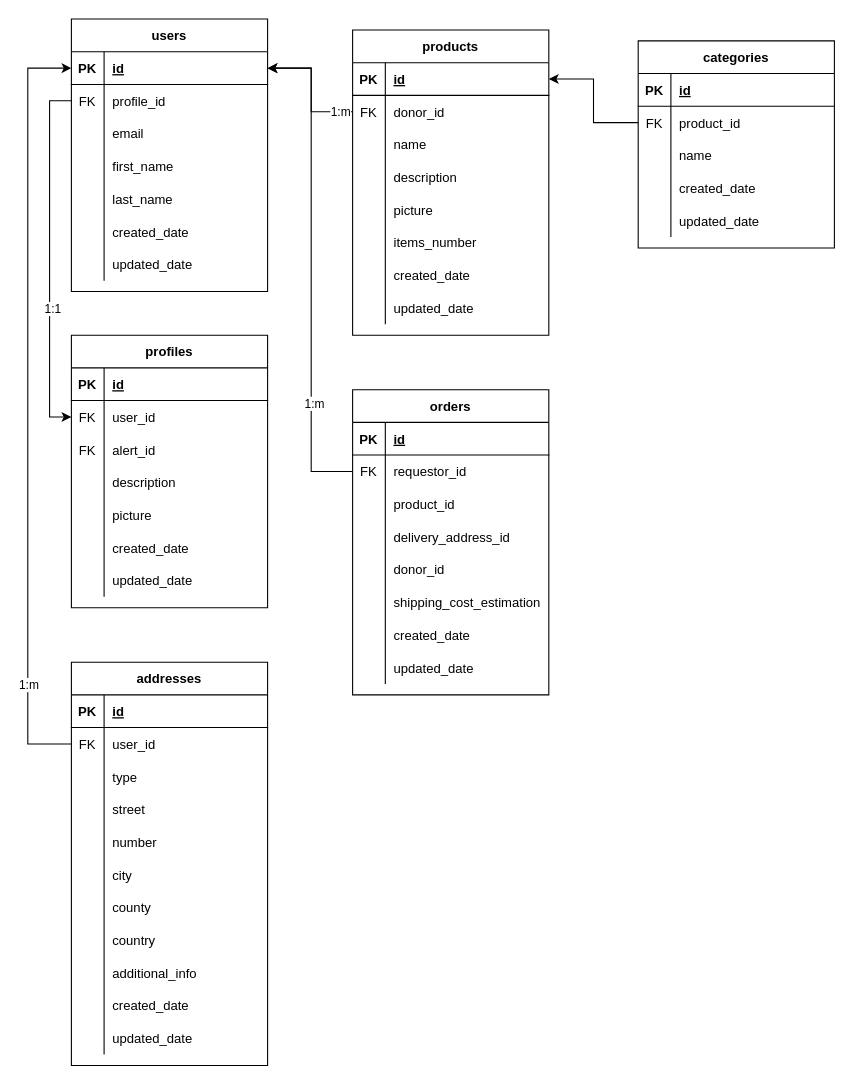
This is donations_point.drawio from PixLix1/donations_point, a draw.io file, before an edit. Source tidied: cells renumbered, new cells numbered last; positions are measured from the earlier drawing's top-left corner, leaving out a move shared by most shapes. Both pictures are drawn from the tidied source at 109%, with x=0, y=0 at pixel (27, 19).
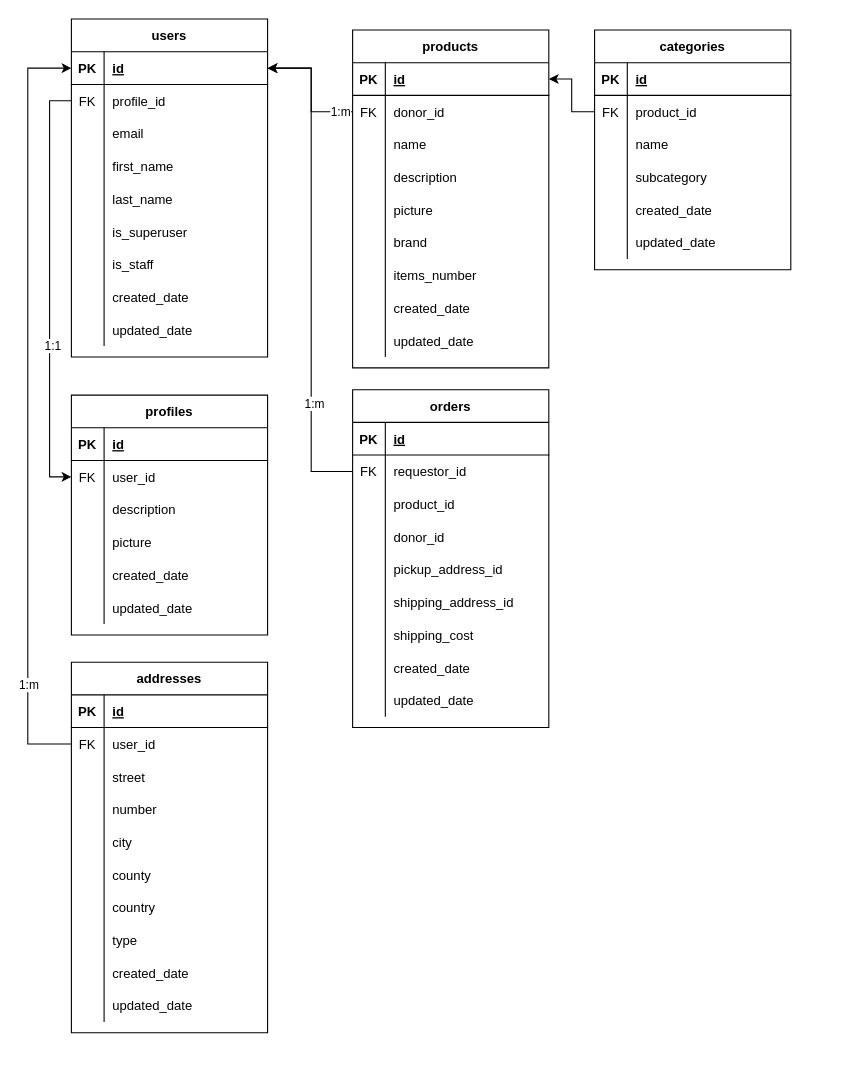
After the change.

Change to the diagram source:
```diff
@@
     <mxCell id="2" value="users" style="shape=table;startSize=30;childLayout=tableLayout;rowLines=0;fontStyle=1;align=center;" parent="1" vertex="1">
-      <mxGeometry x="40" width="180" height="250" as="geometry" />
+      <mxGeometry x="40" width="180" height="310" as="geometry" />
     </mxCell>
@@
+    <mxCell id="155" style="shape=partialRectangle;fillColor=none;top=0;left=0;bottom=0;right=0;" parent="2" vertex="1">
+      <mxGeometry y="180" width="180" height="30" as="geometry" />
+    </mxCell>
+    <mxCell id="156" style="shape=partialRectangle;fillColor=none;top=0;left=0;bottom=0;right=0;overflow=hidden;" parent="155" vertex="1">
+      <mxGeometry width="30" height="30" as="geometry" />
+    </mxCell>
+    <mxCell id="157" value="is_superuser" style="shape=partialRectangle;fillColor=none;top=0;left=0;bottom=0;right=0;align=left;spacingLeft=6;overflow=hidden;" parent="155" vertex="1">
+      <mxGeometry x="30" width="150" height="30" as="geometry" />
+    </mxCell>
+    <mxCell id="158" style="shape=partialRectangle;fillColor=none;top=0;left=0;bottom=0;right=0;" parent="2" vertex="1">
+      <mxGeometry y="210" width="180" height="30" as="geometry" />
+    </mxCell>
+    <mxCell id="159" style="shape=partialRectangle;fillColor=none;top=0;left=0;bottom=0;right=0;overflow=hidden;" parent="158" vertex="1">
+      <mxGeometry width="30" height="30" as="geometry" />
+    </mxCell>
+    <mxCell id="160" value="is_staff" style="shape=partialRectangle;fillColor=none;top=0;left=0;bottom=0;right=0;align=left;spacingLeft=6;overflow=hidden;" parent="158" vertex="1">
+      <mxGeometry x="30" width="150" height="30" as="geometry" />
+    </mxCell>
     <mxCell id="18" style="shape=partialRectangle;fillColor=none;top=0;left=0;bottom=0;right=0;" parent="2" vertex="1">
-      <mxGeometry y="180" width="180" height="30" as="geometry" />
+      <mxGeometry y="240" width="180" height="30" as="geometry" />
     </mxCell>
@@
     <mxCell id="21" style="shape=partialRectangle;fillColor=none;top=0;left=0;bottom=0;right=0;" parent="2" vertex="1">
-      <mxGeometry y="210" width="180" height="30" as="geometry" />
+      <mxGeometry y="270" width="180" height="30" as="geometry" />
     </mxCell>
@@
     <mxCell id="24" value="profiles" style="shape=table;startSize=30;childLayout=tableLayout;rowLines=0;fontStyle=1;align=center;" parent="1" vertex="1">
-      <mxGeometry x="40" y="290" width="180" height="250" as="geometry" />
+      <mxGeometry x="40" y="345" width="180" height="220" as="geometry" />
     </mxCell>
@@
-    <mxCell id="31" style="shape=partialRectangle;fillColor=none;top=0;left=0;bottom=0;right=0;" parent="24" vertex="1">
-      <mxGeometry y="90" width="180" height="30" as="geometry" />
-    </mxCell>
-    <mxCell id="32" value="FK" style="shape=partialRectangle;fillColor=none;top=0;left=0;bottom=0;right=0;overflow=hidden;" parent="31" vertex="1">
-      <mxGeometry width="30" height="30" as="geometry" />
-    </mxCell>
-    <mxCell id="33" value="alert_id" style="shape=partialRectangle;fillColor=none;top=0;left=0;bottom=0;right=0;align=left;spacingLeft=6;overflow=hidden;" parent="31" vertex="1">
-      <mxGeometry x="30" width="150" height="30" as="geometry" />
-    </mxCell>
     <mxCell id="34" style="shape=partialRectangle;fillColor=none;top=0;left=0;bottom=0;right=0;" parent="24" vertex="1">
-      <mxGeometry y="120" width="180" height="30" as="geometry" />
+      <mxGeometry y="90" width="180" height="30" as="geometry" />
     </mxCell>
@@
     <mxCell id="37" style="shape=partialRectangle;fillColor=none;top=0;left=0;bottom=0;right=0;" parent="24" vertex="1">
-      <mxGeometry y="150" width="180" height="30" as="geometry" />
+      <mxGeometry y="120" width="180" height="30" as="geometry" />
     </mxCell>
@@
     <mxCell id="40" style="shape=partialRectangle;fillColor=none;top=0;left=0;bottom=0;right=0;" parent="24" vertex="1">
-      <mxGeometry y="180" width="180" height="30" as="geometry" />
+      <mxGeometry y="150" width="180" height="30" as="geometry" />
     </mxCell>
@@
     <mxCell id="43" style="shape=partialRectangle;fillColor=none;top=0;left=0;bottom=0;right=0;" parent="24" vertex="1">
-      <mxGeometry y="210" width="180" height="30" as="geometry" />
+      <mxGeometry y="180" width="180" height="30" as="geometry" />
     </mxCell>
@@
     <mxCell id="46" value="products" style="shape=table;startSize=30;childLayout=tableLayout;rowLines=0;fontStyle=1;align=center;" parent="1" vertex="1">
-      <mxGeometry x="298" y="10" width="180" height="280" as="geometry" />
+      <mxGeometry x="298" y="10" width="180" height="310" as="geometry" />
     </mxCell>
@@
+    <mxCell id="161" style="shape=partialRectangle;fillColor=none;top=0;left=0;bottom=0;right=0;" parent="46" vertex="1">
+      <mxGeometry y="180" width="180" height="30" as="geometry" />
+    </mxCell>
+    <mxCell id="162" style="shape=partialRectangle;fillColor=none;top=0;left=0;bottom=0;right=0;overflow=hidden;" parent="161" vertex="1">
+      <mxGeometry width="30" height="30" as="geometry" />
+    </mxCell>
+    <mxCell id="163" value="brand" style="shape=partialRectangle;fillColor=none;top=0;left=0;bottom=0;right=0;align=left;spacingLeft=6;overflow=hidden;" parent="161" vertex="1">
+      <mxGeometry x="30" width="150" height="30" as="geometry" />
+    </mxCell>
     <mxCell id="62" style="shape=partialRectangle;fillColor=none;top=0;left=0;bottom=0;right=0;" parent="46" vertex="1">
-      <mxGeometry y="180" width="180" height="30" as="geometry" />
+      <mxGeometry y="210" width="180" height="30" as="geometry" />
     </mxCell>
@@
     <mxCell id="65" style="shape=partialRectangle;fillColor=none;top=0;left=0;bottom=0;right=0;" parent="46" vertex="1">
-      <mxGeometry y="210" width="180" height="30" as="geometry" />
+      <mxGeometry y="240" width="180" height="30" as="geometry" />
     </mxCell>
@@
     <mxCell id="68" style="shape=partialRectangle;fillColor=none;top=0;left=0;bottom=0;right=0;" parent="46" vertex="1">
-      <mxGeometry y="240" width="180" height="30" as="geometry" />
+      <mxGeometry y="270" width="180" height="30" as="geometry" />
     </mxCell>
@@
     <mxCell id="71" value="orders" style="shape=table;startSize=30;childLayout=tableLayout;rowLines=0;fontStyle=1;align=center;" parent="1" vertex="1">
-      <mxGeometry x="298" y="340" width="180" height="280" as="geometry" />
+      <mxGeometry x="298" y="340" width="180" height="310" as="geometry" />
     </mxCell>
@@
+    <mxCell id="84" style="shape=partialRectangle;fillColor=none;top=0;left=0;bottom=0;right=0;" parent="71" vertex="1">
+      <mxGeometry y="120" width="180" height="30" as="geometry" />
+    </mxCell>
+    <mxCell id="85" style="shape=partialRectangle;fillColor=none;top=0;left=0;bottom=0;right=0;overflow=hidden;" parent="84" vertex="1">
+      <mxGeometry width="30" height="30" as="geometry" />
+    </mxCell>
+    <mxCell id="86" value="donor_id" style="shape=partialRectangle;fillColor=none;top=0;left=0;bottom=0;right=0;align=left;spacingLeft=6;overflow=hidden;" parent="84" vertex="1">
+      <mxGeometry x="30" width="150" height="30" as="geometry" />
+    </mxCell>
+    <mxCell id="164" style="shape=partialRectangle;fillColor=none;top=0;left=0;bottom=0;right=0;" parent="71" vertex="1">
+      <mxGeometry y="150" width="180" height="30" as="geometry" />
+    </mxCell>
+    <mxCell id="165" style="shape=partialRectangle;fillColor=none;top=0;left=0;bottom=0;right=0;overflow=hidden;" parent="164" vertex="1">
+      <mxGeometry width="30" height="30" as="geometry" />
+    </mxCell>
+    <mxCell id="166" value="pickup_address_id" style="shape=partialRectangle;fillColor=none;top=0;left=0;bottom=0;right=0;align=left;spacingLeft=6;overflow=hidden;" parent="164" vertex="1">
+      <mxGeometry x="30" width="150" height="30" as="geometry" />
+    </mxCell>
     <mxCell id="81" style="shape=partialRectangle;fillColor=none;top=0;left=0;bottom=0;right=0;" parent="71" vertex="1">
-      <mxGeometry y="120" width="180" height="30" as="geometry" />
+      <mxGeometry y="180" width="180" height="30" as="geometry" />
     </mxCell>
@@
-    <mxCell id="83" value="delivery_address_id" style="shape=partialRectangle;fillColor=none;top=0;left=0;bottom=0;right=0;align=left;spacingLeft=6;overflow=hidden;" parent="81" vertex="1">
+    <mxCell id="83" value="shipping_address_id" style="shape=partialRectangle;fillColor=none;top=0;left=0;bottom=0;right=0;align=left;spacingLeft=6;overflow=hidden;" parent="81" vertex="1">
       <mxGeometry x="30" width="150" height="30" as="geometry" />
     </mxCell>
-    <mxCell id="84" style="shape=partialRectangle;fillColor=none;top=0;left=0;bottom=0;right=0;" parent="71" vertex="1">
-      <mxGeometry y="150" width="180" height="30" as="geometry" />
-    </mxCell>
-    <mxCell id="85" style="shape=partialRectangle;fillColor=none;top=0;left=0;bottom=0;right=0;overflow=hidden;" parent="84" vertex="1">
-      <mxGeometry width="30" height="30" as="geometry" />
-    </mxCell>
-    <mxCell id="86" value="donor_id" style="shape=partialRectangle;fillColor=none;top=0;left=0;bottom=0;right=0;align=left;spacingLeft=6;overflow=hidden;" parent="84" vertex="1">
-      <mxGeometry x="30" width="150" height="30" as="geometry" />
-    </mxCell>
     <mxCell id="87" style="shape=partialRectangle;fillColor=none;top=0;left=0;bottom=0;right=0;" parent="71" vertex="1">
-      <mxGeometry y="180" width="180" height="30" as="geometry" />
+      <mxGeometry y="210" width="180" height="30" as="geometry" />
     </mxCell>
@@
-    <mxCell id="89" value="shipping_cost_estimation" style="shape=partialRectangle;fillColor=none;top=0;left=0;bottom=0;right=0;align=left;spacingLeft=6;overflow=hidden;" parent="87" vertex="1">
+    <mxCell id="89" value="shipping_cost" style="shape=partialRectangle;fillColor=none;top=0;left=0;bottom=0;right=0;align=left;spacingLeft=6;overflow=hidden;" parent="87" vertex="1">
       <mxGeometry x="30" width="150" height="30" as="geometry" />
     </mxCell>
     <mxCell id="90" style="shape=partialRectangle;fillColor=none;top=0;left=0;bottom=0;right=0;" parent="71" vertex="1">
-      <mxGeometry y="210" width="180" height="30" as="geometry" />
+      <mxGeometry y="240" width="180" height="30" as="geometry" />
     </mxCell>
@@
     <mxCell id="93" style="shape=partialRectangle;fillColor=none;top=0;left=0;bottom=0;right=0;" parent="71" vertex="1">
-      <mxGeometry y="240" width="180" height="30" as="geometry" />
+      <mxGeometry y="270" width="180" height="30" as="geometry" />
     </mxCell>
@@
     <mxCell id="98" value="categories" style="shape=table;startSize=30;childLayout=tableLayout;rowLines=0;fontStyle=1;align=center;" parent="1" vertex="1">
-      <mxGeometry x="560" y="20" width="180" height="190" as="geometry" />
+      <mxGeometry x="520" y="10" width="180" height="220" as="geometry" />
     </mxCell>
@@
+    <mxCell id="167" style="shape=partialRectangle;fillColor=none;top=0;left=0;bottom=0;right=0;" parent="98" vertex="1">
+      <mxGeometry y="120" width="180" height="30" as="geometry" />
+    </mxCell>
+    <mxCell id="168" style="shape=partialRectangle;fillColor=none;top=0;left=0;bottom=0;right=0;overflow=hidden;" parent="167" vertex="1">
+      <mxGeometry width="30" height="30" as="geometry" />
+    </mxCell>
+    <mxCell id="169" value="subcategory" style="shape=partialRectangle;fillColor=none;top=0;left=0;bottom=0;right=0;align=left;spacingLeft=6;overflow=hidden;" parent="167" vertex="1">
+      <mxGeometry x="30" width="150" height="30" as="geometry" />
+    </mxCell>
     <mxCell id="108" style="shape=partialRectangle;fillColor=none;top=0;left=0;bottom=0;right=0;" parent="98" vertex="1">
-      <mxGeometry y="120" width="180" height="30" as="geometry" />
+      <mxGeometry y="150" width="180" height="30" as="geometry" />
     </mxCell>
@@
     <mxCell id="111" style="shape=partialRectangle;fillColor=none;top=0;left=0;bottom=0;right=0;" parent="98" vertex="1">
-      <mxGeometry y="150" width="180" height="30" as="geometry" />
+      <mxGeometry y="180" width="180" height="30" as="geometry" />
     </mxCell>
@@
     <mxCell id="118" value="addresses" style="shape=table;startSize=30;childLayout=tableLayout;rowLines=0;fontStyle=1;align=center;" parent="1" vertex="1">
-      <mxGeometry x="40" y="590" width="180" height="370" as="geometry" />
+      <mxGeometry x="40" y="590" width="180" height="340" as="geometry" />
     </mxCell>
@@
-    <mxCell id="125" style="shape=partialRectangle;fillColor=none;top=0;left=0;bottom=0;right=0;" parent="118" vertex="1">
-      <mxGeometry y="90" width="180" height="30" as="geometry" />
-    </mxCell>
-    <mxCell id="126" style="shape=partialRectangle;fillColor=none;top=0;left=0;bottom=0;right=0;overflow=hidden;" parent="125" vertex="1">
-      <mxGeometry width="30" height="30" as="geometry" />
-    </mxCell>
-    <mxCell id="127" value="type" style="shape=partialRectangle;fillColor=none;top=0;left=0;bottom=0;right=0;align=left;spacingLeft=6;overflow=hidden;" parent="125" vertex="1">
-      <mxGeometry x="30" width="150" height="30" as="geometry" />
-    </mxCell>
     <mxCell id="128" style="shape=partialRectangle;fillColor=none;top=0;left=0;bottom=0;right=0;" parent="118" vertex="1">
-      <mxGeometry y="120" width="180" height="30" as="geometry" />
+      <mxGeometry y="90" width="180" height="30" as="geometry" />
     </mxCell>
@@
     <mxCell id="131" style="shape=partialRectangle;fillColor=none;top=0;left=0;bottom=0;right=0;" parent="118" vertex="1">
-      <mxGeometry y="150" width="180" height="30" as="geometry" />
+      <mxGeometry y="120" width="180" height="30" as="geometry" />
     </mxCell>
@@
     <mxCell id="134" style="shape=partialRectangle;fillColor=none;top=0;left=0;bottom=0;right=0;" parent="118" vertex="1">
-      <mxGeometry y="180" width="180" height="30" as="geometry" />
+      <mxGeometry y="150" width="180" height="30" as="geometry" />
     </mxCell>
@@
     <mxCell id="137" style="shape=partialRectangle;fillColor=none;top=0;left=0;bottom=0;right=0;" parent="118" vertex="1">
-      <mxGeometry y="210" width="180" height="30" as="geometry" />
+      <mxGeometry y="180" width="180" height="30" as="geometry" />
     </mxCell>
@@
     <mxCell id="140" style="shape=partialRectangle;fillColor=none;top=0;left=0;bottom=0;right=0;" parent="118" vertex="1">
-      <mxGeometry y="240" width="180" height="30" as="geometry" />
+      <mxGeometry y="210" width="180" height="30" as="geometry" />
     </mxCell>
@@
-    <mxCell id="143" style="shape=partialRectangle;fillColor=none;top=0;left=0;bottom=0;right=0;" parent="118" vertex="1">
-      <mxGeometry y="270" width="180" height="30" as="geometry" />
-    </mxCell>
-    <mxCell id="144" style="shape=partialRectangle;fillColor=none;top=0;left=0;bottom=0;right=0;overflow=hidden;" parent="143" vertex="1">
-      <mxGeometry width="30" height="30" as="geometry" />
-    </mxCell>
-    <mxCell id="145" value="additional_info" style="shape=partialRectangle;fillColor=none;top=0;left=0;bottom=0;right=0;align=left;spacingLeft=6;overflow=hidden;" parent="143" vertex="1">
-      <mxGeometry x="30" width="150" height="30" as="geometry" />
-    </mxCell>
+    <mxCell id="125" style="shape=partialRectangle;fillColor=none;top=0;left=0;bottom=0;right=0;" parent="118" vertex="1">
+      <mxGeometry y="240" width="180" height="30" as="geometry" />
+    </mxCell>
+    <mxCell id="126" style="shape=partialRectangle;fillColor=none;top=0;left=0;bottom=0;right=0;overflow=hidden;" parent="125" vertex="1">
+      <mxGeometry width="30" height="30" as="geometry" />
+    </mxCell>
+    <mxCell id="127" value="type" style="shape=partialRectangle;fillColor=none;top=0;left=0;bottom=0;right=0;align=left;spacingLeft=6;overflow=hidden;" parent="125" vertex="1">
+      <mxGeometry x="30" width="150" height="30" as="geometry" />
+    </mxCell>
     <mxCell id="146" style="shape=partialRectangle;fillColor=none;top=0;left=0;bottom=0;right=0;" parent="118" vertex="1">
-      <mxGeometry y="300" width="180" height="30" as="geometry" />
+      <mxGeometry y="270" width="180" height="30" as="geometry" />
     </mxCell>
@@
     <mxCell id="149" style="shape=partialRectangle;fillColor=none;top=0;left=0;bottom=0;right=0;" parent="118" vertex="1">
-      <mxGeometry y="330" width="180" height="30" as="geometry" />
+      <mxGeometry y="300" width="180" height="30" as="geometry" />
     </mxCell>
```
